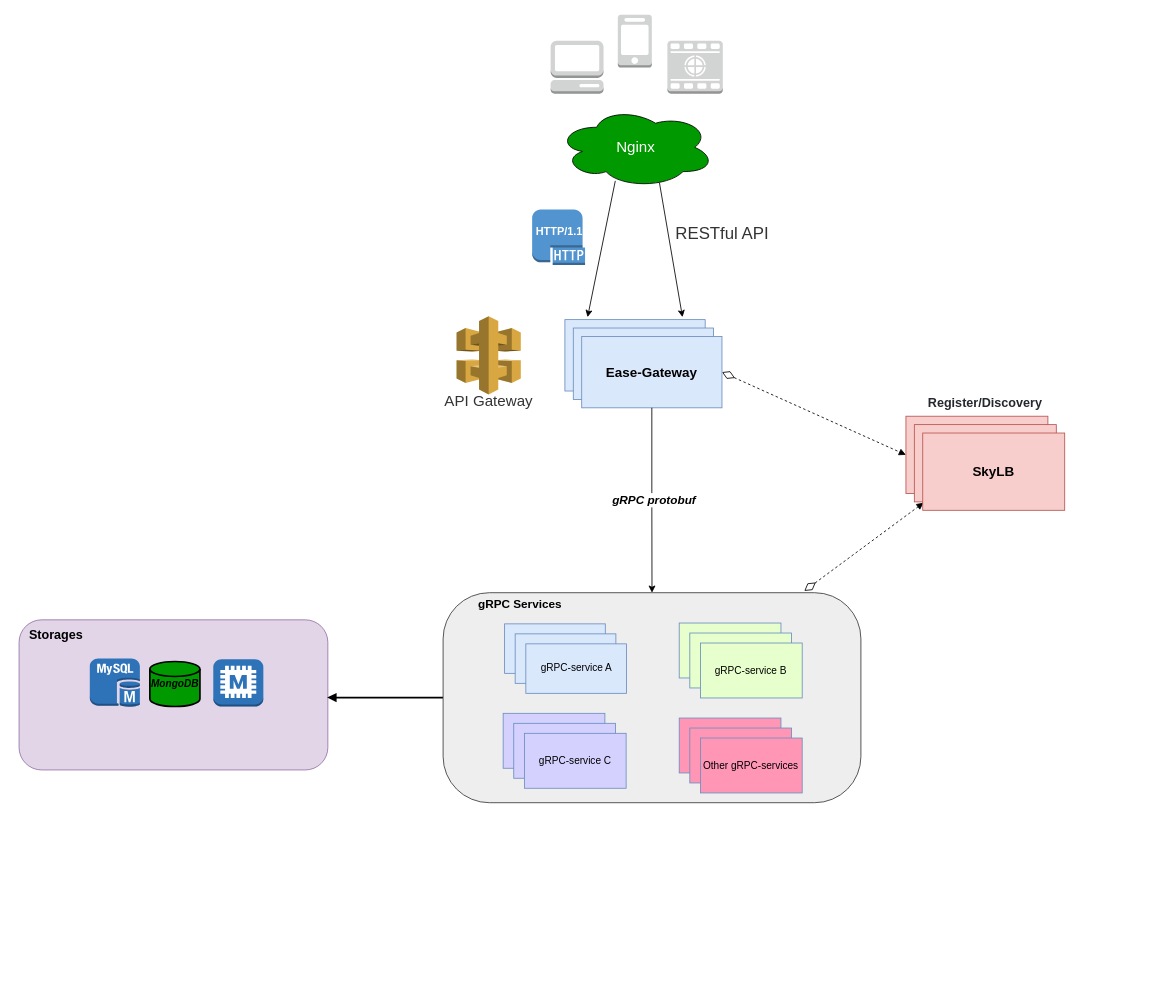
The draw.io diagram page "Page-1" (1 of 2) of docs/images/Ease-Gateway.drawio in binchencoder/janus-gateway, before the edit. Source tidied: cells renumbered, new cells numbered last; positions are measured from the earlier drawing's top-left corner, leaving out a move shared by most shapes. Both pictures are drawn from the tidied source at 84%, with x=0, y=0 at pixel (14, 14).
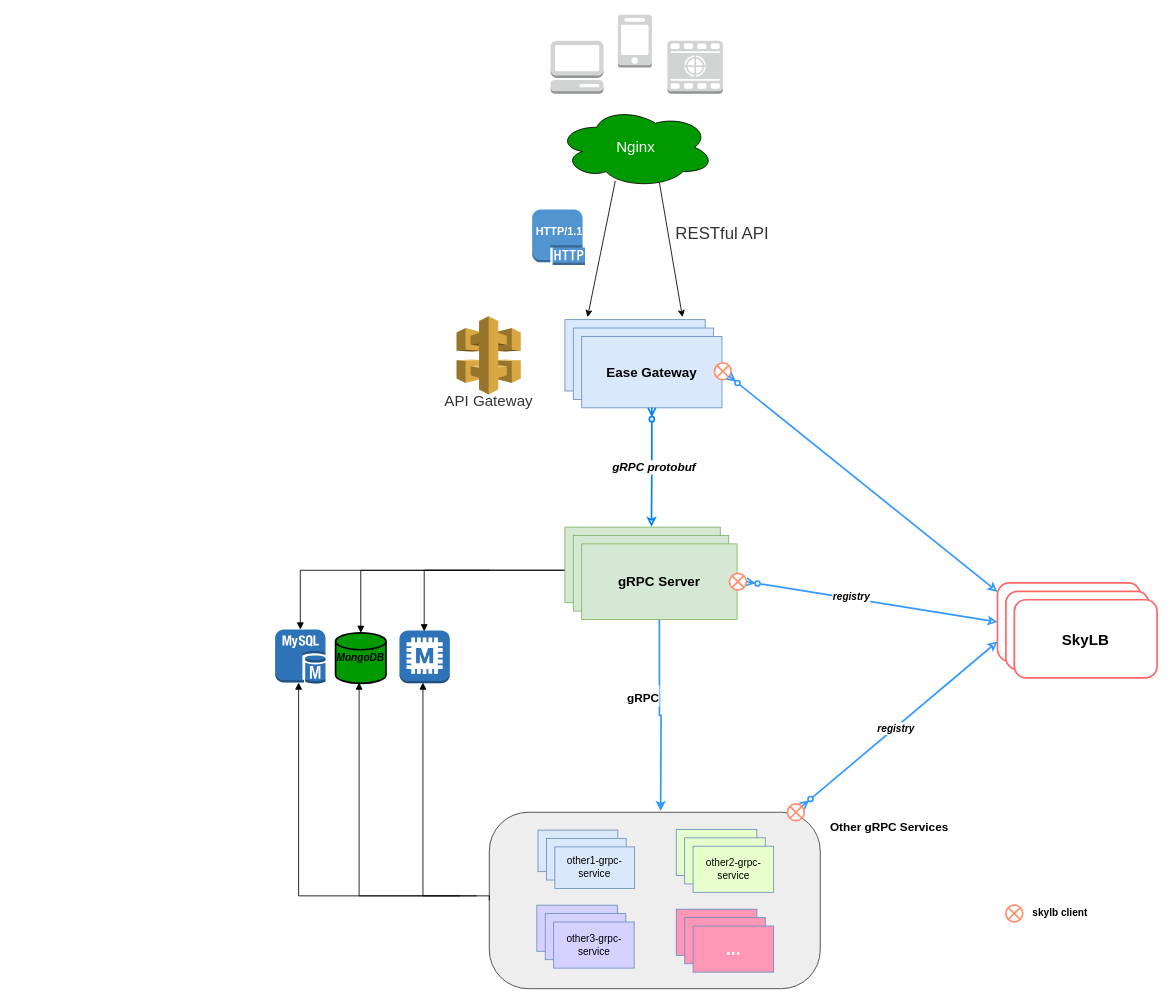
The same diagram, later.

The change refers to these unchanged cells:
```xml
<mxCell id="4" style="group;" parent="1" vertex="1">
  <mxGeometry x="472" y="358" width="402" height="120" as="geometry" />
</mxCell>
<mxCell id="19" value="Nginx" style="ellipse;shape=cloud;whiteSpace=wrap;html=1;strokeColor=#000000;fillColor=#009900;fontColor=#FFFFFF;labelBackgroundColor=none;labelBorderColor=none;fontSize=18;" parent="18" vertex="1">
  <mxGeometry x="32" y="110" width="187" height="96" as="geometry" />
</mxCell>
```

What changed in the source:
```diff
@@
-    <mxCell id="2" style="startArrow=diamondThin;startFill=0;startSize=14;endArrow=block;endFill=1;endSize=6;html=1;entryX=0;entryY=0.5;exitX=1;exitY=0.5;dashed=1;exitDx=0;exitDy=0;" parent="1" edge="1" source="13" target="58">
-      <mxGeometry relative="1" as="geometry" />
-    </mxCell>
-    <mxCell id="3" style="startArrow=diamondThin;startFill=0;startSize=14;endArrow=block;endFill=1;endSize=6;html=1;dashed=1;entryX=0.065;entryY=1.033;entryDx=0;entryDy=0;entryPerimeter=0;" parent="1" edge="1">
-      <mxGeometry relative="1" as="geometry">
-        <mxPoint x="940" y="686" as="sourcePoint" />
-        <mxPoint x="1082" y="581" as="targetPoint" />
-      </mxGeometry>
-    </mxCell>
+    <mxCell id="62" style="edgeStyle=orthogonalEdgeStyle;rounded=0;html=1;endArrow=block;endFill=1;jettySize=auto;entryX=0.5;entryY=0;entryPerimeter=0;" parent="1" edge="1" target="32">
+      <mxGeometry relative="1" as="geometry">
+        <mxPoint x="565" y="661.4" as="sourcePoint" />
+        <Array as="points">
+          <mxPoint x="340" y="661" />
+        </Array>
+      </mxGeometry>
+    </mxCell>
+    <mxCell id="32" style="dashed=0;html=1;shape=mxgraph.aws3.mysql_db_instance;fillColor=#2E73B8;gradientColor=none;strokeColor=#000000;" parent="1" vertex="1">
+      <mxGeometry x="310" y="732" width="60" height="64.5" as="geometry" />
+    </mxCell>
+    <mxCell id="33" style="dashed=0;html=1;shape=mxgraph.aws3.memcached;fillColor=#2E73B8;gradientColor=none;strokeColor=#000000;" parent="1" vertex="1">
+      <mxGeometry x="458" y="733" width="60" height="63" as="geometry" />
+    </mxCell>
+    <mxCell id="34" value="MongoDB" style="strokeWidth=2;html=1;shape=mxgraph.flowchart.database;whiteSpace=wrap;fillColor=#009900;fontStyle=3;" parent="1" vertex="1">
+      <mxGeometry x="382" y="736" width="60" height="60" as="geometry" />
+    </mxCell>
@@
-    <mxCell id="13" value="Ease-Gateway" style="rounded=0;whiteSpace=wrap;html=1;align=center;fillColor=#dae8fc;strokeColor=#6c8ebf;fontStyle=1;fontSize=16;" parent="4" vertex="1">
+    <mxCell id="13" value="Ease Gateway" style="rounded=0;whiteSpace=wrap;html=1;align=center;fillColor=#dae8fc;strokeColor=#6c8ebf;fontStyle=1;fontSize=16;" parent="4" vertex="1">
       <mxGeometry x="203" y="25" width="167" height="85" as="geometry" />
     </mxCell>
+    <mxCell id="63" style="group;" parent="4" vertex="1">
+      <mxGeometry x="361" y="55.5" width="20" height="20" as="geometry" />
+    </mxCell>
+    <mxCell id="64" style="group;" parent="63" vertex="1">
+      <mxGeometry y="1" width="20" height="20" as="geometry" />
+    </mxCell>
+    <mxCell id="65" style="verticalLabelPosition=bottom;verticalAlign=top;html=1;strokeWidth=2;shape=mxgraph.flowchart.or;fontColor=#007FFF;strokeColor=#FF8E6B;" parent="64" vertex="1">
+      <mxGeometry width="20" height="20" as="geometry" />
+    </mxCell>
+    <mxCell id="66" style="edgeStyle=orthogonalEdgeStyle;rounded=0;html=1;entryX=0.5;entryY=0;entryPerimeter=0;startArrow=none;startFill=0;endArrow=block;endFill=1;jettySize=auto;orthogonalLoop=1;fontSize=14;" parent="1" edge="1">
+      <mxGeometry relative="1" as="geometry">
+        <mxPoint x="655" y="661.2" as="sourcePoint" />
+        <mxPoint x="487.5" y="734.2" as="targetPoint" />
+        <Array as="points">
+          <mxPoint x="488" y="661" />
+        </Array>
+      </mxGeometry>
+    </mxCell>
+    <mxCell id="67" style="edgeStyle=orthogonalEdgeStyle;rounded=0;html=1;startArrow=none;startFill=0;endArrow=block;endFill=1;jettySize=auto;fontSize=14;entryX=0.5;entryY=0;entryPerimeter=0;" parent="1" edge="1" target="34">
+      <mxGeometry relative="1" as="geometry">
+        <mxPoint x="655" y="661.5" as="sourcePoint" />
+        <Array as="points">
+          <mxPoint x="412" y="661" />
+        </Array>
+      </mxGeometry>
+    </mxCell>
+    <mxCell id="68" style="rounded=0;whiteSpace=wrap;html=1;fontSize=16;align=center;fillColor=#d5e8d4;strokeColor=#82b366;" parent="1" vertex="1">
+      <mxGeometry x="655" y="610" width="185" height="90" as="geometry" />
+    </mxCell>
+    <mxCell id="69" style="rounded=0;whiteSpace=wrap;html=1;fontSize=16;align=center;fillColor=#d5e8d4;strokeColor=#82b366;" parent="1" vertex="1">
+      <mxGeometry x="665" y="620" width="185" height="90" as="geometry" />
+    </mxCell>
+    <mxCell id="70" style="edgeStyle=orthogonalEdgeStyle;rounded=0;jettySize=auto;html=1;fontSize=21;strokeWidth=2;strokeColor=#3399FF;" parent="1" edge="1" source="74">
+      <mxGeometry relative="1" as="geometry">
+        <mxPoint x="769" y="948" as="targetPoint" />
+      </mxGeometry>
+    </mxCell>
+    <mxCell id="71" value="&lt;span style=&quot;font-size: 14px ; font-weight: 700&quot;&gt;gRPC&lt;/span&gt;" style="text;html=1;align=center;verticalAlign=middle;labelBackgroundColor=#ffffff;fontSize=21;" parent="70" vertex="1">
+      <mxGeometry y="20" relative="1" as="geometry">
+        <mxPoint x="-21.5" y="-4" as="offset" />
+      </mxGeometry>
+    </mxCell>
+    <mxCell id="72" style="rounded=0;jettySize=auto;html=1;entryX=0;entryY=0.5;entryDx=0;entryDy=0;startArrow=ERzeroToMany;startFill=1;endArrow=classic;endFill=0;strokeColor=#3399FF;strokeWidth=2;fontSize=21;exitX=1;exitY=0.5;exitDx=0;exitDy=0;exitPerimeter=0;" parent="1" edge="1" source="89" target="79">
+      <mxGeometry relative="1" as="geometry" />
+    </mxCell>
+    <mxCell id="73" value="registry" style="text;html=1;align=center;verticalAlign=middle;labelBackgroundColor=#ffffff;fontStyle=3;" parent="72" vertex="1">
+      <mxGeometry x="-0.17" y="3" relative="1" as="geometry" />
+    </mxCell>
+    <mxCell id="74" value="&lt;span&gt;gRPC Server&lt;/span&gt;" style="rounded=0;whiteSpace=wrap;html=1;fontSize=16;align=center;fontStyle=1;fillColor=#d5e8d4;strokeColor=#82b366;" parent="1" vertex="1">
+      <mxGeometry x="675" y="630" width="185" height="90" as="geometry" />
+    </mxCell>
-    <mxCell id="14" style="edgeStyle=orthogonalEdgeStyle;rounded=0;html=1;entryX=0.5;entryY=0;jettySize=auto;fontSize=14;entryDx=0;entryDy=0;" parent="1" edge="1" source="13" target="39">
+    <mxCell id="14" style="edgeStyle=orthogonalEdgeStyle;rounded=0;html=1;entryX=0.557;entryY=-0.004;entryPerimeter=0;jettySize=auto;fontSize=14;endArrow=classic;endFill=0;startArrow=ERzeroToMany;startFill=1;strokeWidth=2;strokeColor=#007FFF;" parent="1" edge="1" source="13" target="68">
       <mxGeometry relative="1" as="geometry" />
     </mxCell>
@@
-    <mxCell id="16" style="endArrow=classic;html=1;exitX=0.369;exitY=0.915;exitPerimeter=0;endFill=1;rounded=0;" parent="1" edge="1" source="19">
+    <mxCell id="16" style="endArrow=classic;html=1;exitX=0.369;exitY=0.915;exitPerimeter=0;" parent="1" edge="1" source="19">
       <mxGeometry relative="1" as="geometry">
         <mxPoint x="682" y="360" as="targetPoint" />
       </mxGeometry>
     </mxCell>
@@
-    <mxCell id="26" style="group;" parent="1" vertex="1">
-      <mxGeometry y="703" width="380" height="210" as="geometry" />
-    </mxCell>
-    <mxCell id="27" style="group;" parent="26" vertex="1">
-      <mxGeometry y="8" width="380" height="210" as="geometry" />
-    </mxCell>
-    <mxCell id="28" style="group;" parent="27" vertex="1">
-      <mxGeometry x="6.2" y="-21.9" width="367.6" height="210" as="geometry" />
-    </mxCell>
-    <mxCell id="29" style="group;" parent="28" vertex="1">
-      <mxGeometry y="31.3" width="367.6" height="178.7" as="geometry" />
-    </mxCell>
-    <mxCell id="30" style="rounded=1;whiteSpace=wrap;html=1;labelBackgroundColor=#99FFFF;strokeColor=#9673a6;fillColor=#e1d5e7;fontSize=18;fontColor=#FFFFFF;" parent="29" vertex="1">
-      <mxGeometry x="-1" width="367.6" height="178.7" as="geometry" />
-    </mxCell>
-    <mxCell id="31" value="&lt;b&gt;&lt;font style=&quot;font-size: 15px&quot;&gt;Storages&lt;/font&gt;&lt;/b&gt;" style="text;html=1;align=center;verticalAlign=middle;" parent="30" vertex="1">
-      <mxGeometry x="4.2" y="7.7" width="80" height="20" as="geometry" />
-    </mxCell>
-    <mxCell id="32" style="dashed=0;html=1;shape=mxgraph.aws3.mysql_db_instance;fillColor=#2E73B8;gradientColor=none;strokeColor=#000000;" parent="26" vertex="1">
-      <mxGeometry x="89.4" y="63.4" width="59.6" height="57.6" as="geometry" />
-    </mxCell>
-    <mxCell id="33" style="dashed=0;html=1;shape=mxgraph.aws3.memcached;fillColor=#2E73B8;gradientColor=none;strokeColor=#000000;" parent="26" vertex="1">
-      <mxGeometry x="236.4" y="64.3" width="59.6" height="56.3" as="geometry" />
-    </mxCell>
-    <mxCell id="34" value="MongoDB" style="strokeWidth=2;html=1;shape=mxgraph.flowchart.database;whiteSpace=wrap;fillColor=#009900;fontStyle=3;" parent="26" vertex="1">
-      <mxGeometry x="160.9" y="67" width="59.6" height="53.6" as="geometry" />
-    </mxCell>
-    <mxCell id="35" style="edgeStyle=orthogonalEdgeStyle;jettySize=auto;html=1;rounded=0;fontStyle=1;strokeWidth=2;endArrow=block;endFill=1;" parent="1" edge="1" source="39">
-      <mxGeometry relative="1" as="geometry">
-        <mxPoint x="372" y="813" as="targetPoint" />
-      </mxGeometry>
-    </mxCell>
-    <mxCell id="36" style="group;" parent="1" vertex="1">
-      <mxGeometry x="510" y="700" width="630" height="250" as="geometry" />
-    </mxCell>
-    <mxCell id="37" style="group;" parent="36" vertex="1">
-      <mxGeometry width="630" height="250" as="geometry" />
+    <mxCell id="37" style="group;" parent="1" vertex="1">
+      <mxGeometry x="565" y="949.5" width="575" height="210" as="geometry" />
     </mxCell>
     <mxCell id="38" style="group;" parent="37" vertex="1">
-      <mxGeometry y="-11.9" width="630" height="250" as="geometry" />
+      <mxGeometry width="575" height="210" as="geometry" />
     </mxCell>
+    <mxCell id="40" value="Other gRPC Services" style="text;html=1;align=left;verticalAlign=top;spacingTop=-4;fontSize=14;fontStyle=1;" parent="38" vertex="1">
+      <mxGeometry x="404" y="6" width="150" height="20" as="geometry" />
+    </mxCell>
     <mxCell id="39" style="rounded=1;whiteSpace=wrap;html=1;strokeColor=#36393d;fillColor=#eeeeee;arcSize=22;" parent="38" vertex="1">
-      <mxGeometry width="497.4" height="250" as="geometry" />
+      <mxGeometry width="394" height="210" as="geometry" />
     </mxCell>
-    <mxCell id="40" value="gRPC Services" style="text;html=1;align=left;verticalAlign=top;spacingTop=-4;fontSize=14;fontStyle=1;" parent="38" vertex="1">
-      <mxGeometry x="40" y="2.9" width="110" height="20" as="geometry" />
-    </mxCell>
+    <mxCell id="75" style="group;" parent="38" vertex="1">
+      <mxGeometry x="615" y="110.5" width="110" height="20" as="geometry" />
+    </mxCell>
+    <mxCell id="76" style="verticalLabelPosition=bottom;verticalAlign=top;html=1;strokeWidth=2;shape=mxgraph.flowchart.or;fontColor=#007FFF;strokeColor=#FF8E6B;" parent="75" vertex="1">
+      <mxGeometry width="20" height="20" as="geometry" />
+    </mxCell>
+    <mxCell id="77" value="&lt;font color=&quot;#000000&quot;&gt;skylb client&lt;/font&gt;" style="text;html=1;align=left;verticalAlign=top;spacingTop=-4;fontColor=#007FFF;fontStyle=1;fontFamily=Helvetica;" parent="75" vertex="1">
+      <mxGeometry x="30" width="80" height="20" as="geometry" />
+    </mxCell>
     <mxCell id="41" style="group;" parent="37" vertex="1">
-      <mxGeometry x="73.2" y="25.2" width="145.2" height="82.7" as="geometry" />
+      <mxGeometry x="58" y="21.2" width="115" height="69.5" as="geometry" />
     </mxCell>
     <mxCell id="42" style="rounded=0;whiteSpace=wrap;html=1;fontSize=16;align=center;fillColor=#dae8fc;strokeColor=#6c8ebf;" parent="41" vertex="1">
-      <mxGeometry width="119.9" height="58.9" as="geometry" />
+      <mxGeometry width="95" height="49.5" as="geometry" />
     </mxCell>
     <mxCell id="43" style="rounded=0;whiteSpace=wrap;html=1;fontSize=16;align=center;fillColor=#dae8fc;strokeColor=#6c8ebf;" parent="41" vertex="1">
-      <mxGeometry x="12.6" y="11.9" width="119.9" height="58.9" as="geometry" />
+      <mxGeometry x="10" y="10" width="95" height="49.5" as="geometry" />
     </mxCell>
-    <mxCell id="44" value="gRPC-service A" style="rounded=0;whiteSpace=wrap;html=1;fontSize=12;align=center;fillColor=#dae8fc;strokeColor=#6c8ebf;" parent="41" vertex="1">
-      <mxGeometry x="25.3" y="23.8" width="119.9" height="58.9" as="geometry" />
+    <mxCell id="44" value="other1-grpc-service" style="rounded=0;whiteSpace=wrap;html=1;fontSize=12;align=center;fillColor=#dae8fc;strokeColor=#6c8ebf;" parent="41" vertex="1">
+      <mxGeometry x="20" y="20" width="95" height="49.5" as="geometry" />
     </mxCell>
     <mxCell id="45" style="group;" parent="37" vertex="1">
-      <mxGeometry x="281.1" y="24.2" width="146.3" height="89.2" as="geometry" />
+      <mxGeometry x="222.6" y="20.4" width="115.9" height="74.9" as="geometry" />
     </mxCell>
     <mxCell id="46" style="rounded=0;whiteSpace=wrap;html=1;fontSize=12;align=center;fillColor=#E6FFCC;strokeColor=#6c8ebf;" parent="45" vertex="1">
-      <mxGeometry width="121.1" height="65.4" as="geometry" />
+      <mxGeometry width="95.9" height="54.9" as="geometry" />
     </mxCell>
     <mxCell id="47" style="rounded=0;whiteSpace=wrap;html=1;fontSize=12;align=center;fillColor=#E6FFCC;strokeColor=#6c8ebf;" parent="45" vertex="1">
-      <mxGeometry x="12.6" y="11.9" width="121.1" height="65.4" as="geometry" />
+      <mxGeometry x="10" y="10" width="95.9" height="54.9" as="geometry" />
     </mxCell>
-    <mxCell id="48" value="gRPC-service B" style="rounded=0;whiteSpace=wrap;html=1;fontSize=12;align=center;fillColor=#E6FFCC;strokeColor=#6c8ebf;" parent="45" vertex="1">
-      <mxGeometry x="25.3" y="23.8" width="121.1" height="65.4" as="geometry" />
+    <mxCell id="48" value="other2-grpc-service" style="rounded=0;whiteSpace=wrap;html=1;fontSize=12;align=center;fillColor=#E6FFCC;strokeColor=#6c8ebf;" parent="45" vertex="1">
+      <mxGeometry x="20" y="20" width="95.9" height="54.9" as="geometry" />
     </mxCell>
     <mxCell id="49" style="group;" parent="37" vertex="1">
-      <mxGeometry x="71.5" y="131.7" width="146.3" height="89.2" as="geometry" />
+      <mxGeometry x="56.6" y="110.6" width="115.9" height="74.9" as="geometry" />
     </mxCell>
     <mxCell id="50" style="rounded=0;whiteSpace=wrap;html=1;fontSize=12;align=center;fillColor=#D4D1FF;strokeColor=#6c8ebf;" parent="49" vertex="1">
-      <mxGeometry width="121.1" height="65.4" as="geometry" />
+      <mxGeometry width="95.9" height="54.9" as="geometry" />
     </mxCell>
     <mxCell id="51" style="rounded=0;whiteSpace=wrap;html=1;fontSize=12;align=center;fillColor=#D4D1FF;strokeColor=#6c8ebf;" parent="49" vertex="1">
-      <mxGeometry x="12.6" y="11.9" width="121.1" height="65.4" as="geometry" />
+      <mxGeometry x="10" y="10" width="95.9" height="54.9" as="geometry" />
     </mxCell>
-    <mxCell id="52" value="gRPC-service C" style="rounded=0;whiteSpace=wrap;html=1;fontSize=12;align=center;fillColor=#D4D1FF;strokeColor=#6c8ebf;" parent="49" vertex="1">
-      <mxGeometry x="25.3" y="23.8" width="121.1" height="65.4" as="geometry" />
+    <mxCell id="52" value="other3-grpc-service" style="rounded=0;whiteSpace=wrap;html=1;fontSize=12;align=center;fillColor=#D4D1FF;strokeColor=#6c8ebf;" parent="49" vertex="1">
+      <mxGeometry x="20" y="20" width="95.9" height="54.9" as="geometry" />
     </mxCell>
     <mxCell id="53" style="group;" parent="37" vertex="1">
-      <mxGeometry x="281.1" y="137.3" width="146.3" height="89.2" as="geometry" />
+      <mxGeometry x="222.6" y="115.4" width="115.9" height="74.9" as="geometry" />
     </mxCell>
     <mxCell id="54" style="rounded=0;whiteSpace=wrap;html=1;fontSize=12;align=center;fillColor=#FF96B6;strokeColor=#6c8ebf;" parent="53" vertex="1">
-      <mxGeometry width="121.1" height="65.4" as="geometry" />
+      <mxGeometry width="95.9" height="54.9" as="geometry" />
     </mxCell>
     <mxCell id="55" style="rounded=0;whiteSpace=wrap;html=1;fontSize=12;align=center;fillColor=#FF96B6;strokeColor=#6c8ebf;" parent="53" vertex="1">
-      <mxGeometry x="12.6" y="11.9" width="121.1" height="65.4" as="geometry" />
+      <mxGeometry x="10" y="10" width="95.9" height="54.9" as="geometry" />
     </mxCell>
-    <mxCell id="56" value="Other gRPC-services" style="rounded=0;whiteSpace=wrap;html=1;fontSize=12;align=center;fillColor=#FF96B6;strokeColor=#6c8ebf;" parent="53" vertex="1">
-      <mxGeometry x="25.3" y="23.8" width="121.1" height="65.4" as="geometry" />
+    <mxCell id="56" value="&lt;span style=&quot;font-size: 21px&quot;&gt;&lt;font color=&quot;#ffffff&quot;&gt;...&lt;/font&gt;&lt;/span&gt;" style="rounded=0;whiteSpace=wrap;html=1;fontSize=21;align=center;fillColor=#FF96B6;strokeColor=#6c8ebf;verticalAlign=middle;fontStyle=1;" parent="53" vertex="1">
+      <mxGeometry x="20" y="20" width="95.9" height="54.9" as="geometry" />
     </mxCell>
-    <mxCell id="57" style="group;" parent="1" vertex="1">
-      <mxGeometry x="1061" y="428" width="189" height="162" as="geometry" />
-    </mxCell>
-    <mxCell id="58" style="rounded=0;whiteSpace=wrap;html=1;fontSize=14;align=center;fillColor=#f8cecc;strokeColor=#b85450;" parent="57" vertex="1">
-      <mxGeometry y="50" width="169" height="92" as="geometry" />
-    </mxCell>
-    <mxCell id="59" style="rounded=0;whiteSpace=wrap;html=1;fontSize=14;align=center;fillColor=#f8cecc;strokeColor=#b85450;" parent="57" vertex="1">
-      <mxGeometry x="10" y="60" width="169" height="92" as="geometry" />
-    </mxCell>
+    <mxCell id="78" style="group;strokeWidth=2;" parent="1" vertex="1">
+      <mxGeometry x="1170" y="676.5" width="190" height="113" as="geometry" />
+    </mxCell>
+    <mxCell id="79" style="rounded=1;whiteSpace=wrap;html=1;fontSize=21;strokeColor=#FF6666;strokeWidth=2;" parent="78" vertex="1">
+      <mxGeometry width="170" height="93" as="geometry" />
+    </mxCell>
+    <mxCell id="80" style="rounded=1;whiteSpace=wrap;html=1;fontSize=21;strokeColor=#FF6666;strokeWidth=2;" parent="78" vertex="1">
+      <mxGeometry x="10" y="10" width="170" height="93" as="geometry" />
+    </mxCell>
-    <mxCell id="60" value="SkyLB" style="rounded=0;whiteSpace=wrap;html=1;fontSize=16;align=center;fillColor=#f8cecc;strokeColor=#b85450;fontStyle=1;" parent="57" vertex="1">
-      <mxGeometry x="20" y="70" width="169" height="92" as="geometry" />
+    <mxCell id="60" value="&lt;font style=&quot;font-size: 18px&quot;&gt;&lt;b&gt;SkyLB&lt;/b&gt;&lt;/font&gt;" style="rounded=1;whiteSpace=wrap;html=1;fontSize=21;strokeColor=#FF6666;strokeWidth=2;" parent="78" vertex="1">
+      <mxGeometry x="20" y="20" width="170" height="93" as="geometry" />
     </mxCell>
-    <mxCell id="61" value="&lt;h3 style=&quot;box-sizing: border-box ; margin-top: 24px ; margin-bottom: 16px ; font-size: 1.25em ; line-height: 1.25 ; color: rgb(36 , 41 , 46) ; font-family: , &amp;#34;blinkmacsystemfont&amp;#34; , &amp;#34;segoe ui&amp;#34; , &amp;#34;helvetica&amp;#34; , &amp;#34;arial&amp;#34; , sans-serif , &amp;#34;apple color emoji&amp;#34; , &amp;#34;segoe ui emoji&amp;#34; ; background-color: rgb(255 , 255 , 255)&quot;&gt;Register/Discovery&lt;/h3&gt;" style="text;html=1;align=center;verticalAlign=middle;" parent="57" vertex="1">
-      <mxGeometry x="19" width="150" height="60" as="geometry" />
-    </mxCell>
+    <mxCell id="81" style="edgeStyle=none;rounded=0;jettySize=auto;html=1;startArrow=ERzeroToMany;startFill=1;endArrow=classic;endFill=0;strokeColor=#3399FF;strokeWidth=2;fontSize=21;entryX=0;entryY=0.75;entryDx=0;entryDy=0;exitX=0.855;exitY=0.145;exitDx=0;exitDy=0;exitPerimeter=0;" parent="1" edge="1" source="90" target="79">
+      <mxGeometry relative="1" as="geometry" />
+    </mxCell>
+    <mxCell id="82" value="registry" style="text;html=1;align=center;verticalAlign=middle;labelBackgroundColor=#ffffff;fontStyle=3;" parent="81" vertex="1">
+      <mxGeometry x="-0.05" y="-1" relative="1" as="geometry" />
+    </mxCell>
+    <mxCell id="83" style="edgeStyle=none;rounded=0;jettySize=auto;html=1;entryX=0;entryY=0.113;entryDx=0;entryDy=0;startArrow=ERzeroToMany;startFill=1;endArrow=classic;endFill=0;strokeColor=#3399FF;strokeWidth=2;fontSize=21;entryPerimeter=0;" parent="1" edge="1" target="79">
+      <mxGeometry relative="1" as="geometry">
+        <mxPoint x="850" y="430" as="sourcePoint" />
+      </mxGeometry>
+    </mxCell>
+    <mxCell id="84" style="group;" parent="1" vertex="1">
+      <mxGeometry x="338" y="932.5" width="227" height="116.5" as="geometry" />
+    </mxCell>
+    <mxCell id="85" style="group;" parent="84" vertex="1">
+      <mxGeometry width="227" height="116.5" as="geometry" />
+    </mxCell>
+    <mxCell id="86" style="edgeStyle=orthogonalEdgeStyle;rounded=0;html=1;endArrow=block;endFill=1;jettySize=auto;exitX=0;exitY=0.5;exitDx=0;exitDy=0;" parent="85" edge="1" source="39">
+      <mxGeometry relative="1" as="geometry">
+        <mxPoint y="-137.5" as="targetPoint" />
+        <Array as="points">
+          <mxPoint x="227" y="116.5" />
+          <mxPoint y="116.5" />
+        </Array>
+      </mxGeometry>
+    </mxCell>
+    <mxCell id="87" style="edgeStyle=elbowEdgeStyle;rounded=0;html=1;endArrow=block;endFill=1;jettySize=auto;orthogonalLoop=1;" parent="85" edge="1">
+      <mxGeometry relative="1" as="geometry">
+        <mxPoint x="212" y="116.5" as="sourcePoint" />
+        <mxPoint x="148" y="-137.5" as="targetPoint" />
+        <Array as="points">
+          <mxPoint x="148" y="110" />
+          <mxPoint x="148" />
+        </Array>
+      </mxGeometry>
+    </mxCell>
+    <mxCell id="88" style="edgeStyle=orthogonalEdgeStyle;rounded=0;html=1;startArrow=none;startFill=0;endArrow=block;endFill=1;jettySize=auto;orthogonalLoop=1;fontSize=14;" parent="85" edge="1">
+      <mxGeometry relative="1" as="geometry">
+        <mxPoint x="192" y="116.5" as="sourcePoint" />
+        <mxPoint x="72" y="-137.5" as="targetPoint" />
+        <Array as="points">
+          <mxPoint x="72" y="116" />
+        </Array>
+      </mxGeometry>
+    </mxCell>
+    <mxCell id="89" style="verticalLabelPosition=bottom;verticalAlign=top;html=1;strokeWidth=2;shape=mxgraph.flowchart.or;fontColor=#007FFF;strokeColor=#FF8E6B;" parent="1" vertex="1">
+      <mxGeometry x="851" y="665" width="20" height="20" as="geometry" />
+    </mxCell>
+    <mxCell id="90" style="verticalLabelPosition=bottom;verticalAlign=top;html=1;strokeWidth=2;shape=mxgraph.flowchart.or;fontColor=#007FFF;strokeColor=#FF8E6B;" parent="1" vertex="1">
+      <mxGeometry x="920" y="939.5" width="20" height="20" as="geometry" />
+    </mxCell>
```
